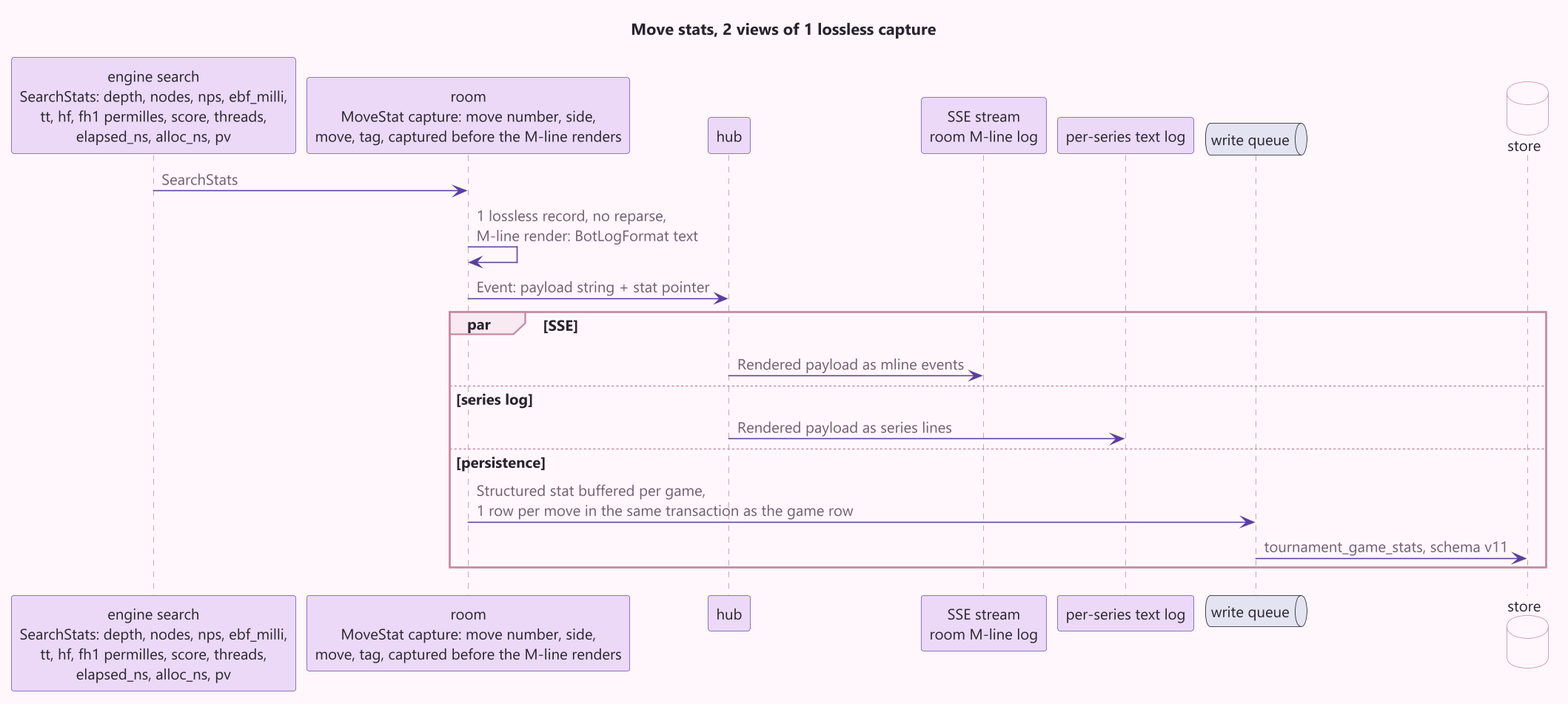
Earlier version of the PlantUML export docs/diagrams/move-stats.png (lavantien/caro-ai-pvp).
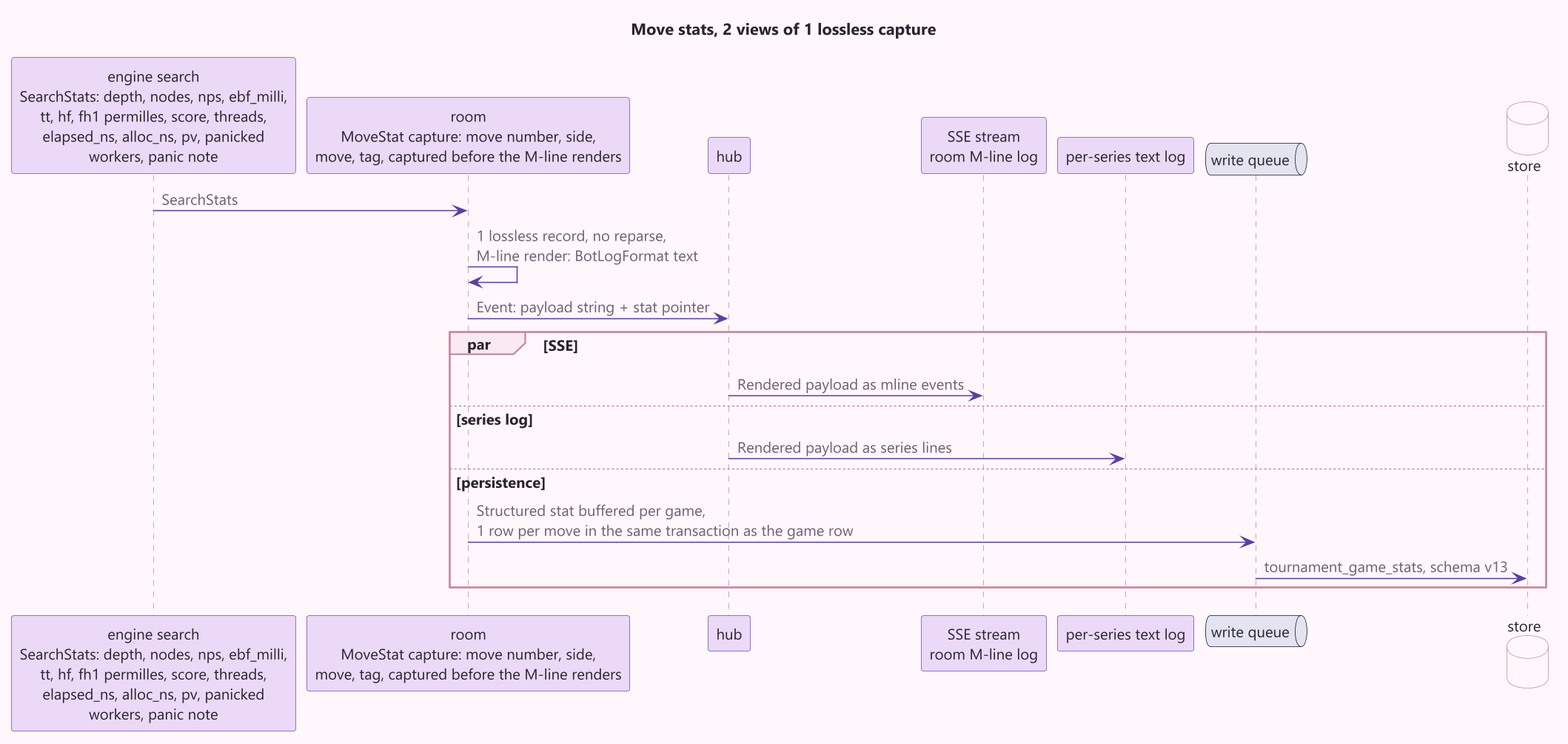
After the commit.

Commit message:
test: re-key the mutation allowlist for the panic surface

Change to the diagram source:
```diff
@@ -2,7 +2,7 @@
 !include common.iuml
 title Move stats, 2 views of 1 lossless capture
 
-participant "engine search\nSearchStats: depth, nodes, nps, ebf_milli,\ntt, hf, fh1 permilles, score, threads,\nelapsed_ns, alloc_ns, pv" as engine
+participant "engine search\nSearchStats: depth, nodes, nps, ebf_milli,\ntt, hf, fh1 permilles, score, threads,\nelapsed_ns, alloc_ns, pv, panicked\nworkers, panic note" as engine
 participant "room\nMoveStat capture: move number, side,\nmove, tag, captured before the M-line renders" as room
 participant "hub" as hub
 participant "SSE stream\nroom M-line log" as sse
@@ -19,6 +19,6 @@
   hub -> log : Rendered payload as series lines
 else persistence
   room -> wq : Structured stat buffered per game,\n1 row per move in the same transaction as the game row
-  wq -> store : tournament_game_stats, schema v11
+  wq -> store : tournament_game_stats, schema v13
 end
 @enduml
```
